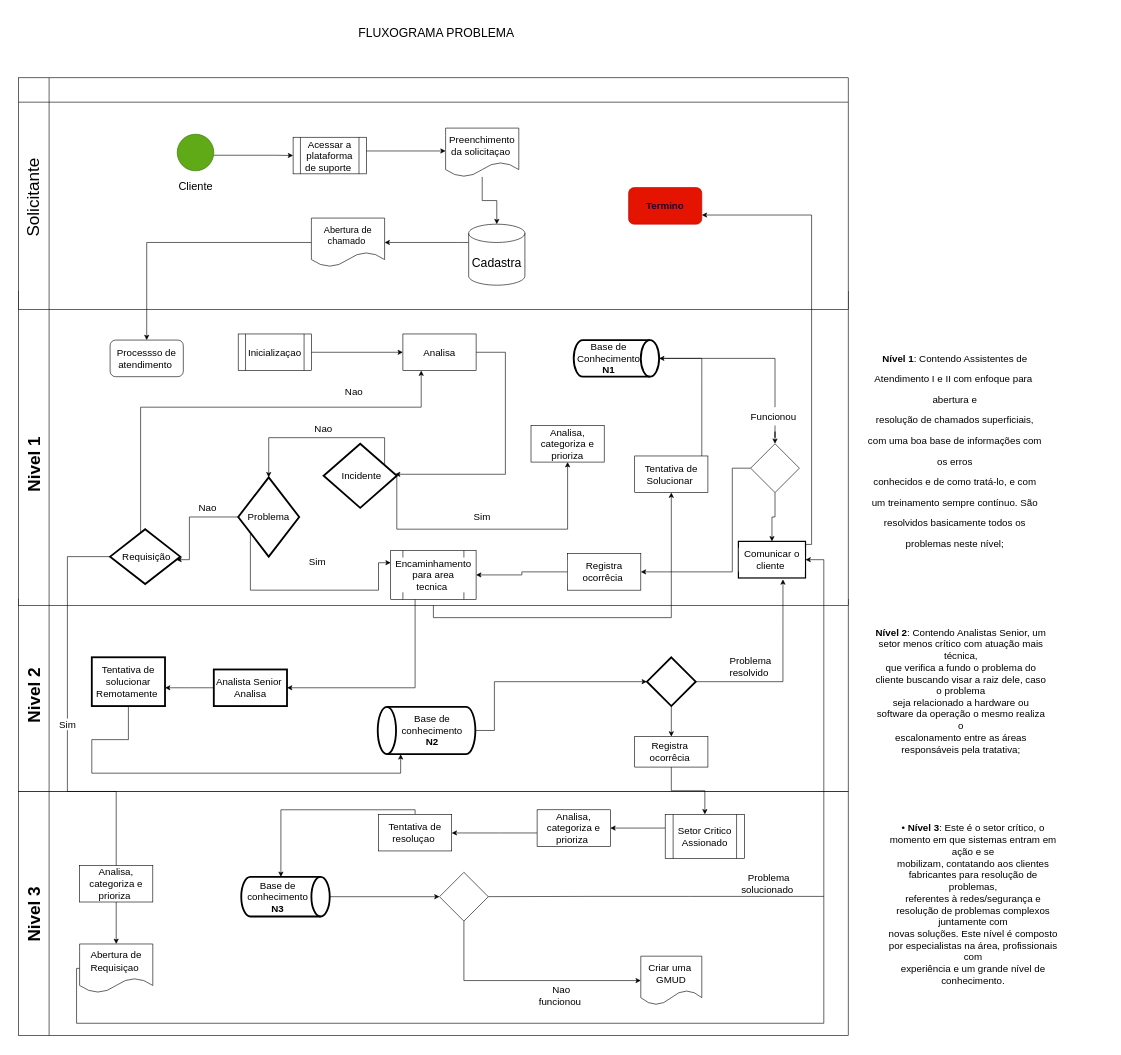
The draw.io diagram Nath-01222204/fluxograma/Fluxograma(problema).drawio in dudaettinger/SPRINT_2, before the edit. Source tidied: cells renumbered, new cells numbered last; positions are measured from the earlier drawing's top-left corner, leaving out a move shared by most shapes. Both pictures are drawn from the tidied source at 61%, with x=0, y=0 at pixel (-46, 10).
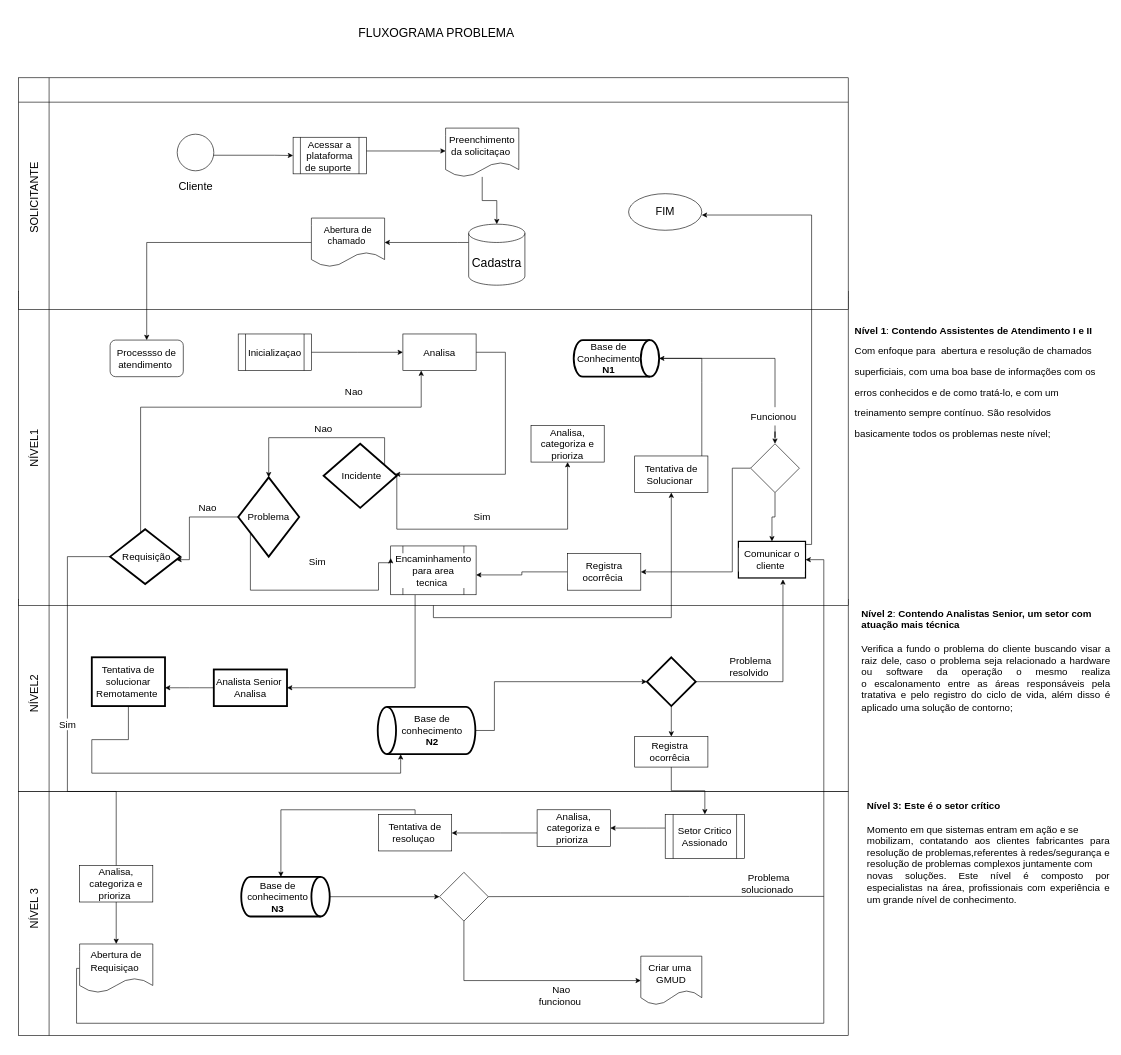
Above is the later version.

Unchanged cells that the change refers to:
```xml
<mxCell id="47" value="Comunicar o cliente&amp;nbsp;" style="rounded=0;whiteSpace=wrap;html=1;labelBackgroundColor=#FFFFFF;strokeColor=#000000;strokeWidth=2;fontSize=16;fontColor=#000000;" parent="1" vertex="1">
  <mxGeometry x="1285" y="870" width="110" height="60" as="geometry" />
</mxCell>
```

The edit, as a diff of the source:
```diff
@@
-    <mxCell id="7" style="ellipse;whiteSpace=wrap;html=1;fillColor=#60a917;fontColor=#ffffff;strokeColor=#2D7600;" parent="1" vertex="1">
+    <mxCell id="7" style="ellipse;whiteSpace=wrap;html=1;fillColor=none;fontColor=#ffffff;strokeColor=#000000;" parent="1" vertex="1">
       <mxGeometry x="365" y="202.5" width="60" height="60" as="geometry" />
     </mxCell>
@@
-    <mxCell id="13" value="&lt;font style=&quot;font-size: 28px;&quot;&gt;Solicitante&lt;/font&gt;" style="text;html=1;strokeColor=none;fillColor=none;align=center;verticalAlign=middle;whiteSpace=wrap;rounded=0;fontSize=22;rotation=-90;" parent="1" vertex="1">
+    <mxCell id="13" value="&lt;font style=&quot;font-size: 18px;&quot;&gt;SOLICITANTE&lt;/font&gt;" style="text;html=1;strokeColor=none;fillColor=none;align=center;verticalAlign=middle;whiteSpace=wrap;rounded=0;fontSize=22;rotation=-90;" parent="1" vertex="1">
       <mxGeometry x="25" y="267.5" width="210" height="77.5" as="geometry" />
     </mxCell>
-    <mxCell id="14" value="&lt;b&gt;&lt;font style=&quot;font-size: 28px;&quot;&gt;Nivel 1&amp;nbsp;&lt;/font&gt;&lt;/b&gt;" style="text;html=1;strokeColor=none;fillColor=none;align=center;verticalAlign=middle;whiteSpace=wrap;rounded=0;fontSize=20;rotation=-90;" parent="1" vertex="1">
-      <mxGeometry y="720" width="260" height="40" as="geometry" />
+    <mxCell id="14" value="&lt;font style=&quot;font-size: 18px;&quot;&gt;NÍVEL1&lt;/font&gt;" style="text;html=1;strokeColor=none;fillColor=none;align=center;verticalAlign=middle;whiteSpace=wrap;rounded=0;fontSize=20;rotation=-90;" parent="1" vertex="1">
+      <mxGeometry x="-92.5" y="697.5" width="445" height="40" as="geometry" />
     </mxCell>
@@
-    <mxCell id="42" value="&lt;font color=&quot;#190033&quot;&gt;&lt;b&gt;Termino&lt;/b&gt;&lt;/font&gt;" style="rounded=1;whiteSpace=wrap;html=1;strokeColor=#B20000;strokeWidth=1;fontSize=16;fillColor=#e51400;fontColor=#ffffff;" parent="1" vertex="1">
-      <mxGeometry x="1105" y="290" width="120" height="60" as="geometry" />
-    </mxCell>
@@
-    <mxCell id="46" style="edgeStyle=orthogonalEdgeStyle;rounded=0;jettySize=auto;html=1;fontSize=16;fontColor=#000000;entryX=1;entryY=0.75;entryDx=0;entryDy=0;" parent="1" edge="1" source="47" target="42">
+    <mxCell id="46" style="edgeStyle=orthogonalEdgeStyle;rounded=0;jettySize=auto;html=1;fontSize=16;fontColor=#000000;entryX=1;entryY=0.75;entryDx=0;entryDy=0;" parent="1" edge="1" source="47">
       <mxGeometry relative="1" as="geometry">
+        <mxPoint x="1225" y="335" as="targetPoint" />
         <Array as="points">
           <mxPoint x="1405" y="875" />
           <mxPoint x="1405" y="335" />
         </Array>
       </mxGeometry>
     </mxCell>
@@
     <mxCell id="51" value="Encaminhamento para area tecnica&amp;nbsp;" style="shape=process;whiteSpace=wrap;html=1;backgroundOutline=1;labelBackgroundColor=#FFFFFF;strokeColor=#000000;strokeWidth=1;fontSize=16;fontColor=#000000;size=0.14285714285714285;" parent="1" vertex="1">
-      <mxGeometry x="715" y="885" width="140" height="80" as="geometry" />
+      <mxGeometry x="715" y="877.5" width="140" height="80" as="geometry" />
     </mxCell>
@@
-    <mxCell id="77" value="&lt;b&gt;&lt;font style=&quot;font-size: 28px;&quot;&gt;Nivel 2&lt;/font&gt;&lt;/b&gt;" style="text;html=1;strokeColor=none;fillColor=none;align=center;verticalAlign=middle;whiteSpace=wrap;rounded=0;labelBackgroundColor=none;strokeWidth=1;fontSize=16;fontColor=#000000;rotation=-90;" parent="1" vertex="1">
-      <mxGeometry x="75" y="1117.5" width="110" height="10" as="geometry" />
-    </mxCell>
@@
-    <mxCell id="93" value="&lt;b&gt;&lt;font style=&quot;font-size: 28px;&quot;&gt;Nivel 3&amp;nbsp;&lt;/font&gt;&lt;/b&gt;" style="text;html=1;strokeColor=none;fillColor=none;align=center;verticalAlign=middle;whiteSpace=wrap;rounded=0;labelBackgroundColor=none;strokeWidth=1;fontSize=16;fontColor=#000000;rotation=-90;" parent="1" vertex="1">
-      <mxGeometry x="40" y="1462.5" width="180" height="30" as="geometry" />
-    </mxCell>
-    <mxCell id="94" value="&lt;font style=&quot;font-size: 16px;&quot;&gt;&lt;b&gt;Nível 1&lt;/b&gt;: Contendo Assistentes de Atendimento I e II com enfoque para&amp;nbsp; abertura e&lt;br&gt;resolução de chamados superficiais, com uma boa base de informações com os erros&lt;br&gt;conhecidos e de como tratá-lo, e com um treinamento sempre contínuo. São&lt;br&gt;resolvidos basicamente todos os problemas neste nível;&lt;/font&gt;" style="text;html=1;strokeColor=none;fillColor=none;align=center;verticalAlign=middle;whiteSpace=wrap;rounded=0;fontSize=28;" parent="1" vertex="1">
-      <mxGeometry x="1495" y="557.5" width="290" height="320" as="geometry" />
+    <mxCell id="94" value="&lt;div style=&quot;text-align: justify;&quot;&gt;&lt;b style=&quot;font-size: 16px; background-color: initial;&quot;&gt;Nível 1&lt;/b&gt;&lt;span style=&quot;font-size: 16px; background-color: initial;&quot;&gt;: &lt;b&gt;Contendo Assistentes de Atendimento I e II&lt;/b&gt;&amp;nbsp;&lt;/span&gt;&lt;/div&gt;&lt;div style=&quot;text-align: left;&quot;&gt;&lt;span style=&quot;font-size: 16px; background-color: initial;&quot;&gt;Com enfoque para&amp;nbsp; abertura e&amp;nbsp;&lt;/span&gt;&lt;span style=&quot;background-color: initial; font-size: 16px;&quot;&gt;resolução de chamados superficiais, com uma boa base de informações com os erros&amp;nbsp;&lt;/span&gt;&lt;span style=&quot;background-color: initial; font-size: 16px;&quot;&gt;conhecidos e de como tratá-lo, e com um treinamento sempre contínuo. São&amp;nbsp;&lt;/span&gt;&lt;span style=&quot;background-color: initial; font-size: 16px;&quot;&gt;resolvidos basicamente todos os problemas neste nível;&lt;/span&gt;&lt;/div&gt;" style="text;html=1;strokeColor=none;fillColor=none;align=center;verticalAlign=middle;whiteSpace=wrap;rounded=0;fontSize=28;" parent="1" vertex="1">
+      <mxGeometry x="1475" y="445" width="400" height="320" as="geometry" />
     </mxCell>
-    <mxCell id="95" value="&lt;b&gt;Nível 2&lt;/b&gt;: Contendo Analistas Senior, um setor menos crítico com atuação mais técnica,&lt;br&gt;que verifica a fundo o problema do cliente buscando visar a raiz dele, caso o problema&lt;br&gt;seja relacionado a hardware ou software da operação o mesmo realiza o&lt;br&gt;escalonamento entre as áreas responsáveis pela tratativa;" style="text;html=1;strokeColor=none;fillColor=none;align=center;verticalAlign=middle;whiteSpace=wrap;rounded=0;fontSize=16;" parent="1" vertex="1">
-      <mxGeometry x="1505" y="940" width="290" height="350" as="geometry" />
+    <mxCell id="95" value="&lt;div style=&quot;&quot;&gt;&lt;b style=&quot;background-color: initial;&quot;&gt;Nível 2&lt;/b&gt;&lt;span style=&quot;background-color: initial;&quot;&gt;: &lt;b&gt;Contendo Analistas Senior, um setor com atuação mais técnica&lt;/b&gt;&lt;/span&gt;&lt;/div&gt;&lt;div style=&quot;&quot;&gt;&lt;br&gt;&lt;/div&gt;&lt;div style=&quot;text-align: justify;&quot;&gt;&lt;span style=&quot;background-color: initial;&quot;&gt;Verifica a fundo o problema do cliente buscando visar a raiz dele, caso o problema&amp;nbsp;&lt;/span&gt;&lt;span style=&quot;background-color: initial;&quot;&gt;seja relacionado a hardware ou software da operação o mesmo realiza o&amp;nbsp;&lt;/span&gt;&lt;span style=&quot;background-color: initial;&quot;&gt;escalonamento entre as áreas responsáveis pela tratativa e pelo registro do ciclo de vida, além disso é aplicado uma solução de contorno;&lt;/span&gt;&lt;/div&gt;" style="text;html=1;strokeColor=none;fillColor=none;align=left;verticalAlign=middle;whiteSpace=wrap;rounded=0;fontSize=16;" parent="1" vertex="1">
+      <mxGeometry x="1485" y="890" width="410" height="350" as="geometry" />
     </mxCell>
-    <mxCell id="96" value="• &lt;b&gt;Nível 3&lt;/b&gt;: Este é o setor crítico, o momento em que sistemas entram em ação e se&lt;br&gt;mobilizam, contatando aos clientes fabricantes para resolução de problemas,&lt;br&gt;referentes à redes/segurança e resolução de problemas complexos juntamente com&lt;br&gt;novas soluções. Este nível é composto por especialistas na área, profissionais com&lt;br&gt;experiência e um grande nível de conhecimento." style="text;html=1;strokeColor=none;fillColor=none;align=center;verticalAlign=middle;whiteSpace=wrap;rounded=0;fontSize=16;" parent="1" vertex="1">
-      <mxGeometry x="1525" y="1320" width="290" height="290" as="geometry" />
+    <mxCell id="96" value="&lt;div style=&quot;text-align: justify;&quot;&gt;&lt;b style=&quot;background-color: initial;&quot;&gt;Nível 3: Este é o setor crítico&lt;/b&gt;&lt;/div&gt;&lt;div style=&quot;text-align: justify;&quot;&gt;&lt;br&gt;&lt;/div&gt;&lt;div style=&quot;text-align: justify;&quot;&gt;&lt;span style=&quot;background-color: initial;&quot;&gt;Momento em que sistemas entram em ação e se&lt;/span&gt;&lt;/div&gt;&lt;div style=&quot;text-align: justify;&quot;&gt;&lt;span style=&quot;background-color: initial;&quot;&gt;mobilizam, contatando aos clientes fabricantes para resolução de problemas,&lt;/span&gt;&lt;span style=&quot;background-color: initial;&quot;&gt;referentes à redes/segurança e resolução de problemas complexos juntamente com&lt;/span&gt;&lt;/div&gt;&lt;div style=&quot;text-align: justify;&quot;&gt;&lt;span style=&quot;background-color: initial;&quot;&gt;novas soluções. Este nível é composto por especialistas na área, profissionais com&amp;nbsp;&lt;/span&gt;&lt;span style=&quot;background-color: initial;&quot;&gt;experiência e um grande nível de conhecimento.&lt;/span&gt;&lt;/div&gt;" style="text;html=1;strokeColor=none;fillColor=none;align=center;verticalAlign=middle;whiteSpace=wrap;rounded=0;fontSize=16;" parent="1" vertex="1">
+      <mxGeometry x="1495" y="1235" width="400" height="290" as="geometry" />
     </mxCell>
+    <mxCell id="97" value="FIM" style="ellipse;whiteSpace=wrap;html=1;strokeColor=#000000;fontSize=18;" parent="1" vertex="1">
+      <mxGeometry x="1105" y="300" width="120" height="60" as="geometry" />
+    </mxCell>
+    <mxCell id="98" value="&lt;font style=&quot;font-size: 18px;&quot;&gt;NÍVEL2&lt;/font&gt;" style="text;html=1;strokeColor=none;fillColor=none;align=center;verticalAlign=middle;whiteSpace=wrap;rounded=0;fontSize=20;rotation=-90;" parent="1" vertex="1">
+      <mxGeometry x="-92.5" y="1100" width="445" height="40" as="geometry" />
+    </mxCell>
+    <mxCell id="99" value="&lt;font style=&quot;font-size: 18px;&quot;&gt;NÍVEL 3&lt;/font&gt;" style="text;html=1;strokeColor=none;fillColor=none;align=center;verticalAlign=middle;whiteSpace=wrap;rounded=0;fontSize=20;rotation=-90;" parent="1" vertex="1">
+      <mxGeometry x="-92.5" y="1452.5" width="445" height="40" as="geometry" />
+    </mxCell>
```
